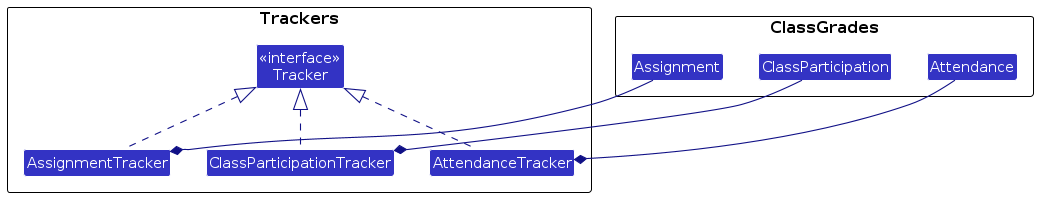
Above: diagrams/ClassGrades.png in AY2324S1-CS2103T-T11-1/tp (PlantUML), before the change. Its source is kept beside it as diagrams/ClassGrades.puml.
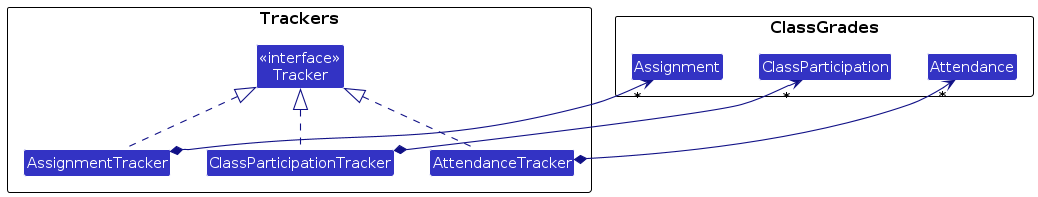
After the commit.

What changed in the source:
```diff
@@ -22,8 +22,8 @@
 AssignmentTracker .up.|> Tracker
 ClassParticipationTracker .up.|> Tracker
 
-Attendance --* AttendanceTracker
-Assignment --* AssignmentTracker
-ClassParticipation --* ClassParticipationTracker
+Attendance "*" <--* AttendanceTracker
+Assignment "*" <--* AssignmentTracker
+ClassParticipation "*" <--* ClassParticipationTracker
 
 @enduml
```
